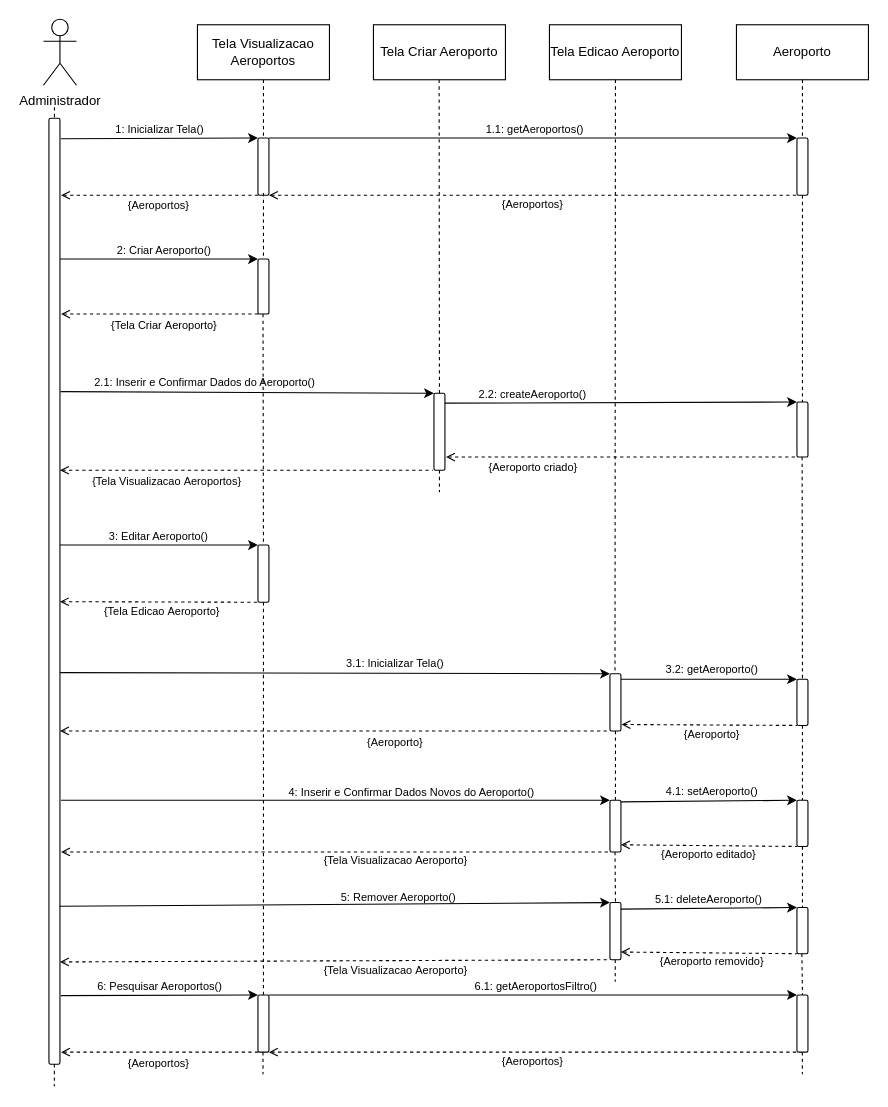
Earlier version of the draw.io diagram Diagramas/Eng_de_Software/Modelos/Sequencia/Manter_Aeroportos.drawio (GabrielGMori/trabalho-conclus-o-ano). Source tidied: cells renumbered, new cells numbered last; positions are measured from the earlier drawing's top-left corner, leaving out a move shared by most shapes. Both pictures are drawn from the tidied source at 110%, with x=0, y=0 at pixel (43, 19).
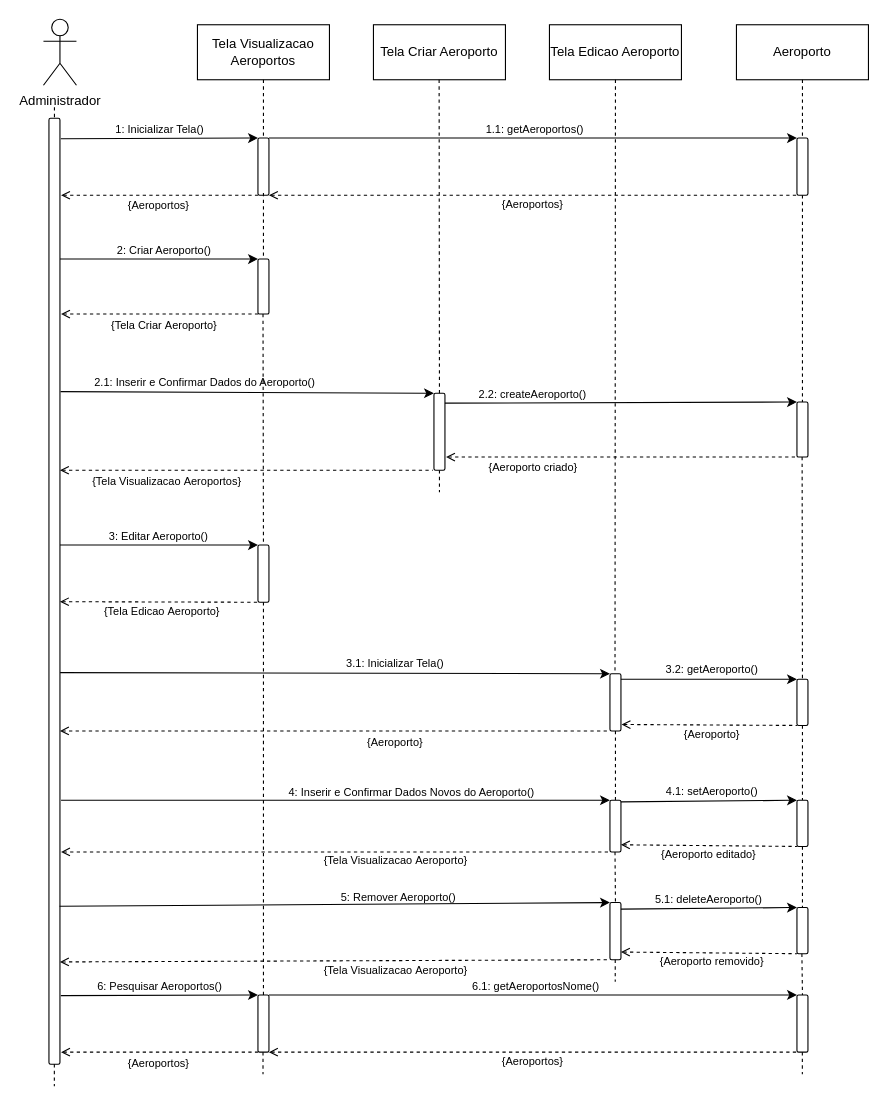
After the change.

What changed in the source:
```diff
@@
-    <mxCell id="96" value="&lt;font&gt;6.1: get&lt;/font&gt;Aeroporto&lt;font&gt;sFiltro()&lt;/font&gt;" style="text;html=1;align=center;verticalAlign=middle;whiteSpace=wrap;rounded=0;fontSize=10;" parent="1" vertex="1">
+    <mxCell id="96" value="&lt;font&gt;6.1: get&lt;/font&gt;Aeroporto&lt;font&gt;sNome()&lt;/font&gt;" style="text;html=1;align=center;verticalAlign=middle;whiteSpace=wrap;rounded=0;fontSize=10;" parent="1" vertex="1">
       <mxGeometry x="368" y="869" width="160" height="20" as="geometry" />
     </mxCell>
```
